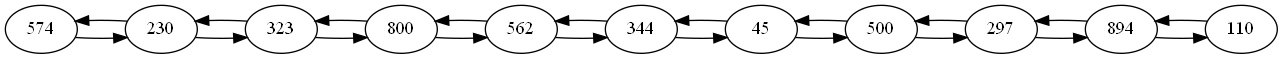
Above: Cliente/src/assets/arboles/matriz.png in RojasCJP/EDD_VirtualMall_201900289 (Graphviz), before the change. Its source is kept beside it as Cliente/src/assets/graphviz/matriz.dot.
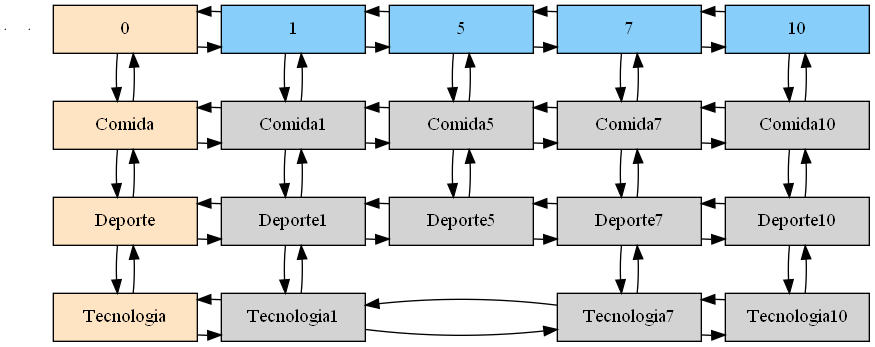
After the change.

What changed in the source:
```diff
@@ -1,23 +1,87 @@
 digraph matriz{
-    rankdir = "LR"
-574->230
-230->323
-230->574
-323->800
-323->230
-800->562
-800->323
-562->344
-562->800
-344->45
-344->562
-45->500
-45->344
-500->297
-500->45
-297->894
-297->500
-894->110
-894->297
-110->894
+    node [shape=box]
+    /* esto no se elimina, es para evitar el posicionamiento a lo loco */
+    e0[ shape = point, width = 0 ];
+    e1[ shape = point, width = 0 ];
+"00" [label = "0"    width = 1.5 style = filled, fillcolor = bisque1, group = 0 ];
+"00"->"Comida0";
+"00"->"1";
+"1" [label = "1"    width = 1.5 style = filled, fillcolor = lightskyblue, group = 1 ];
+"1"->"Comida1";
+"1"->"00";
+"1"->"5";
+"5" [label = "5"    width = 1.5 style = filled, fillcolor = lightskyblue, group = 5 ];
+"5"->"Comida5";
+"5"->"1";
+"5"->"7";
+"7" [label = "7"    width = 1.5 style = filled, fillcolor = lightskyblue, group = 7 ];
+"7"->"Comida7";
+"7"->"5";
+"7"->"10";
+"10" [label = "10"    width = 1.5 style = filled, fillcolor = lightskyblue, group = 10 ];
+"10"->"Comida10";
+"10"->"7";
+{rank = same;"00";"1";"5";"7";"10";}
+"Comida0" [label = "Comida"    width = 1.5 style = filled, fillcolor = bisque1, group = 0 ];
+"Comida0"->"00";
+"Comida0"->"Deporte0";
+"Comida0"->"Comida1";
+"Comida1" [label = "Comida1", width=1.5 style= filled, group=1];
+"Comida1"->"1";
+"Comida1"->"Deporte1";
+"Comida1"->"Comida0";
+"Comida1"->"Comida5";
+"Comida5" [label = "Comida5", width=1.5 style= filled, group=5];
+"Comida5"->"5";
+"Comida5"->"Deporte5";
+"Comida5"->"Comida1";
+"Comida5"->"Comida7";
+"Comida7" [label = "Comida7", width=1.5 style= filled, group=7];
+"Comida7"->"7";
+"Comida7"->"Deporte7";
+"Comida7"->"Comida5";
+"Comida7"->"Comida10";
+"Comida10" [label = "Comida10", width=1.5 style= filled, group=10];
+"Comida10"->"10";
+"Comida10"->"Deporte10";
+"Comida10"->"Comida7";
+{rank = same;"Comida0";"Comida1";"Comida5";"Comida7";"Comida10";}
+"Deporte0" [label = "Deporte"    width = 1.5 style = filled, fillcolor = bisque1, group = 0 ];
+"Deporte0"->"Comida0";
+"Deporte0"->"Tecnologia0";
+"Deporte0"->"Deporte1";
+"Deporte1" [label = "Deporte1", width=1.5 style= filled, group=1];
+"Deporte1"->"Comida1";
+"Deporte1"->"Tecnologia1";
+"Deporte1"->"Deporte0";
+"Deporte1"->"Deporte5";
+"Deporte5" [label = "Deporte5", width=1.5 style= filled, group=5];
+"Deporte5"->"Comida5";
+"Deporte5"->"Deporte1";
+"Deporte5"->"Deporte7";
+"Deporte7" [label = "Deporte7", width=1.5 style= filled, group=7];
+"Deporte7"->"Comida7";
+"Deporte7"->"Tecnologia7";
+"Deporte7"->"Deporte5";
+"Deporte7"->"Deporte10";
+"Deporte10" [label = "Deporte10", width=1.5 style= filled, group=10];
+"Deporte10"->"Comida10";
+"Deporte10"->"Tecnologia10";
+"Deporte10"->"Deporte7";
+{rank = same;"Deporte0";"Deporte1";"Deporte5";"Deporte7";"Deporte10";}
+"Tecnologia0" [label = "Tecnologia"    width = 1.5 style = filled, fillcolor = bisque1, group = 0 ];
+"Tecnologia0"->"Deporte0";
+"Tecnologia0"->"Tecnologia1";
+"Tecnologia1" [label = "Tecnologia1", width=1.5 style= filled, group=1];
+"Tecnologia1"->"Deporte1";
+"Tecnologia1"->"Tecnologia0";
+"Tecnologia1"->"Tecnologia7";
+"Tecnologia7" [label = "Tecnologia7", width=1.5 style= filled, group=7];
+"Tecnologia7"->"Deporte7";
+"Tecnologia7"->"Tecnologia1";
+"Tecnologia7"->"Tecnologia10";
+"Tecnologia10" [label = "Tecnologia10", width=1.5 style= filled, group=10];
+"Tecnologia10"->"Deporte10";
+"Tecnologia10"->"Tecnologia7";
+{rank = same;"Tecnologia0";"Tecnologia1";"Tecnologia7";"Tecnologia10";}
 }
```
